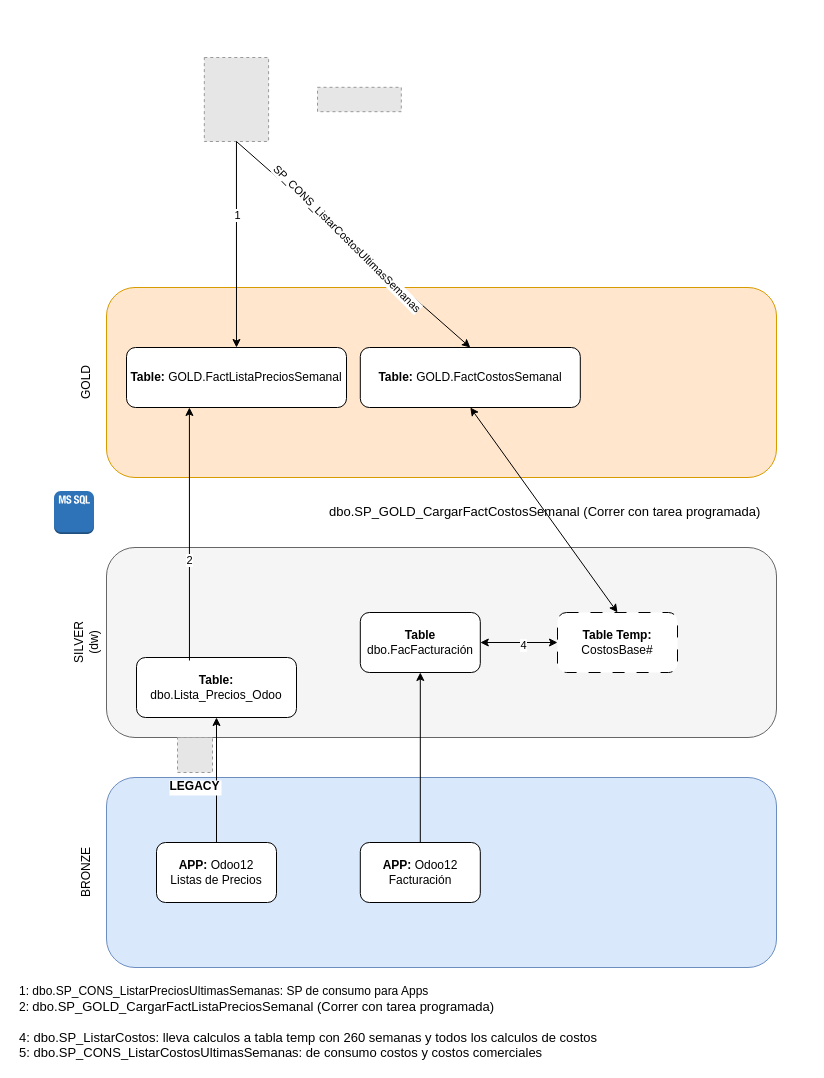
The draw.io diagram Mapa Aplicación.drawio in lariodata/SeguimientoPreciosCarnicerias, before the edit. Source tidied: cells renumbered, new cells numbered last; positions are measured from the earlier drawing's top-left corner, leaving out a move shared by most shapes. Both pictures are drawn from the tidied source at 100%, with x=0, y=0 at pixel (17, 57). Pictures stored in the file or linked from it are replaced by grey dashed boxes.
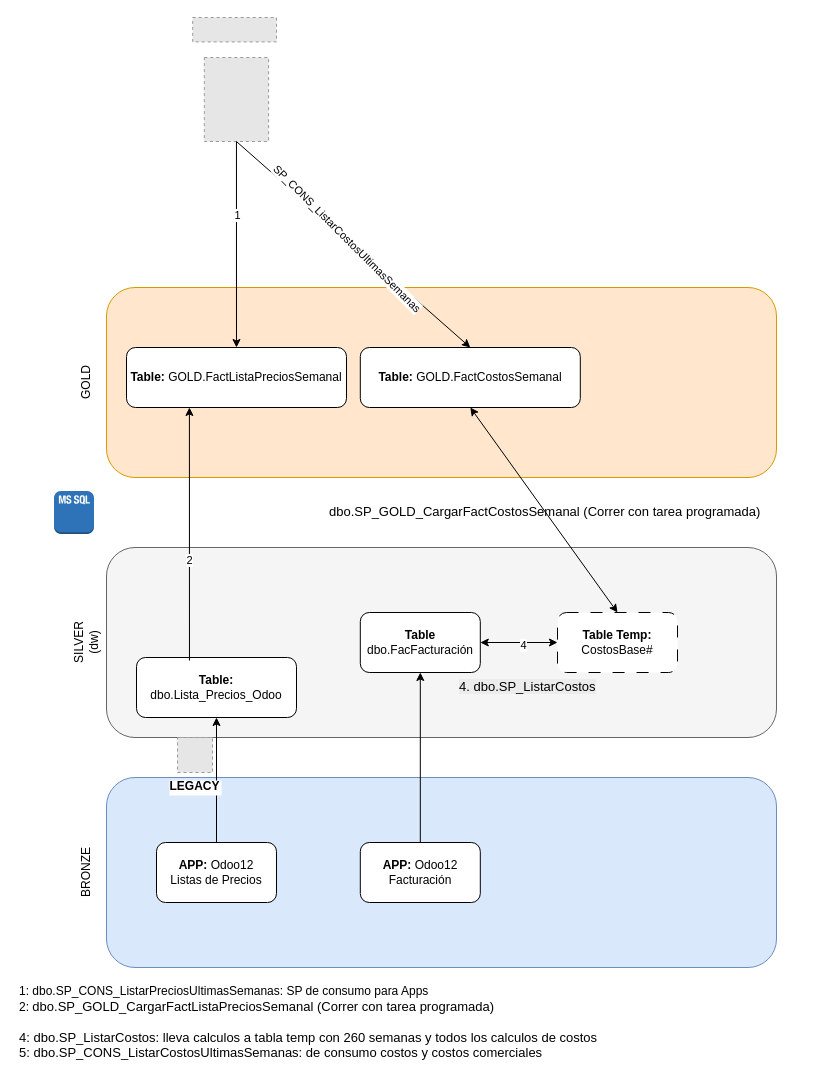
The same diagram, later.

What changed in the source:
```diff
@@
     <mxCell id="19" style="fillColor=#E6E6E6;strokeColor=#999999;dashed=1;verticalLabelPosition=bottom;labelBackgroundColor=default;verticalAlign=top;" parent="1" vertex="1">
-      <mxGeometry x="300" y="29.8" width="83.8" height="24.4" as="geometry" />
+      <mxGeometry x="175.2" y="-40" width="83.8" height="24.4" as="geometry" />
     </mxCell>
@@
+    <mxCell id="39" value="&lt;span style=&quot;color: rgb(0, 0, 0); font-family: Helvetica; font-size: 13px; font-style: normal; font-variant-ligatures: normal; font-variant-caps: normal; font-weight: 400; letter-spacing: normal; orphans: 2; text-align: left; text-indent: 0px; text-transform: none; widows: 2; word-spacing: 0px; -webkit-text-stroke-width: 0px; white-space: normal; background-color: rgb(236, 236, 236); text-decoration-thickness: initial; text-decoration-style: initial; text-decoration-color: initial; float: none; display: inline !important;&quot;&gt;4. dbo.SP_ListarCostos&lt;/span&gt;" style="text;whiteSpace=wrap;html=1;" parent="1" vertex="1">
+      <mxGeometry x="440" y="615" width="160" height="40" as="geometry" />
+    </mxCell>
```
